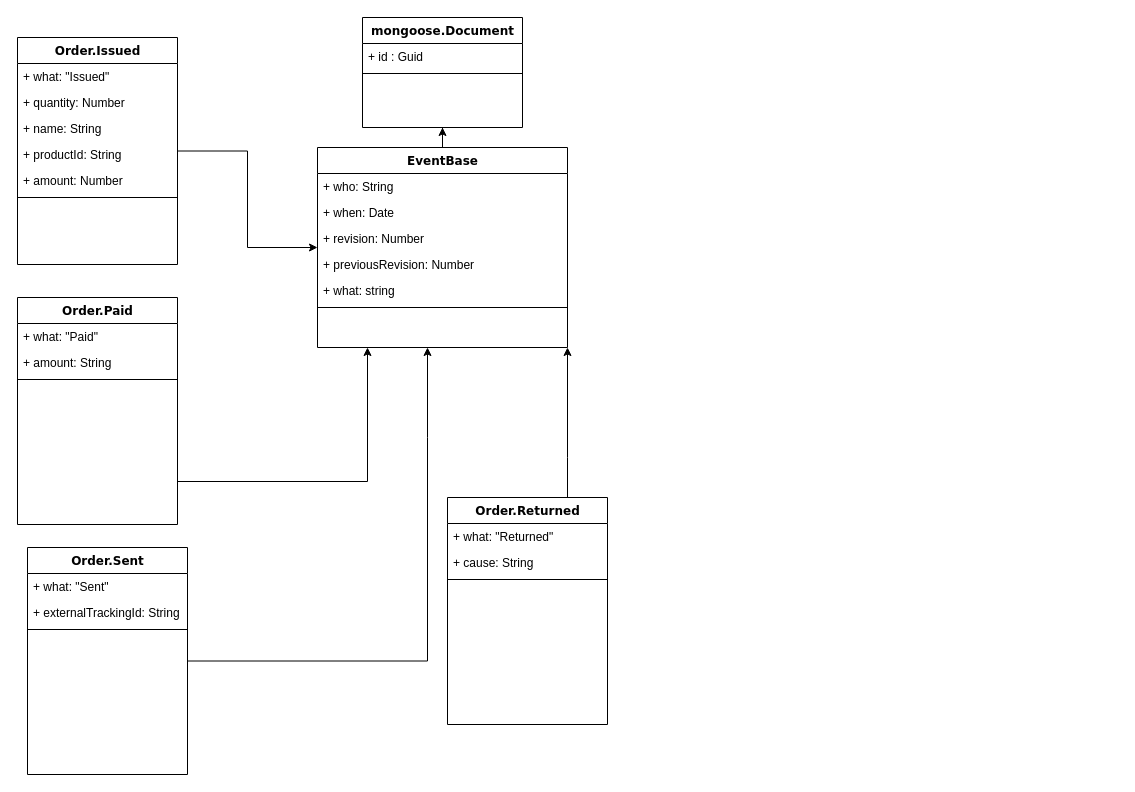
Above: docs/Untitled Diagram.drawio in pixellos/agh.6.sr.to_node_1 (draw.io), before the change. Source tidied: cells renumbered, new cells numbered last; positions are measured from the earlier drawing's top-left corner, leaving out a move shared by most shapes. Both pictures are drawn from the tidied source at 100%, with x=0, y=0 at pixel (17, 17).
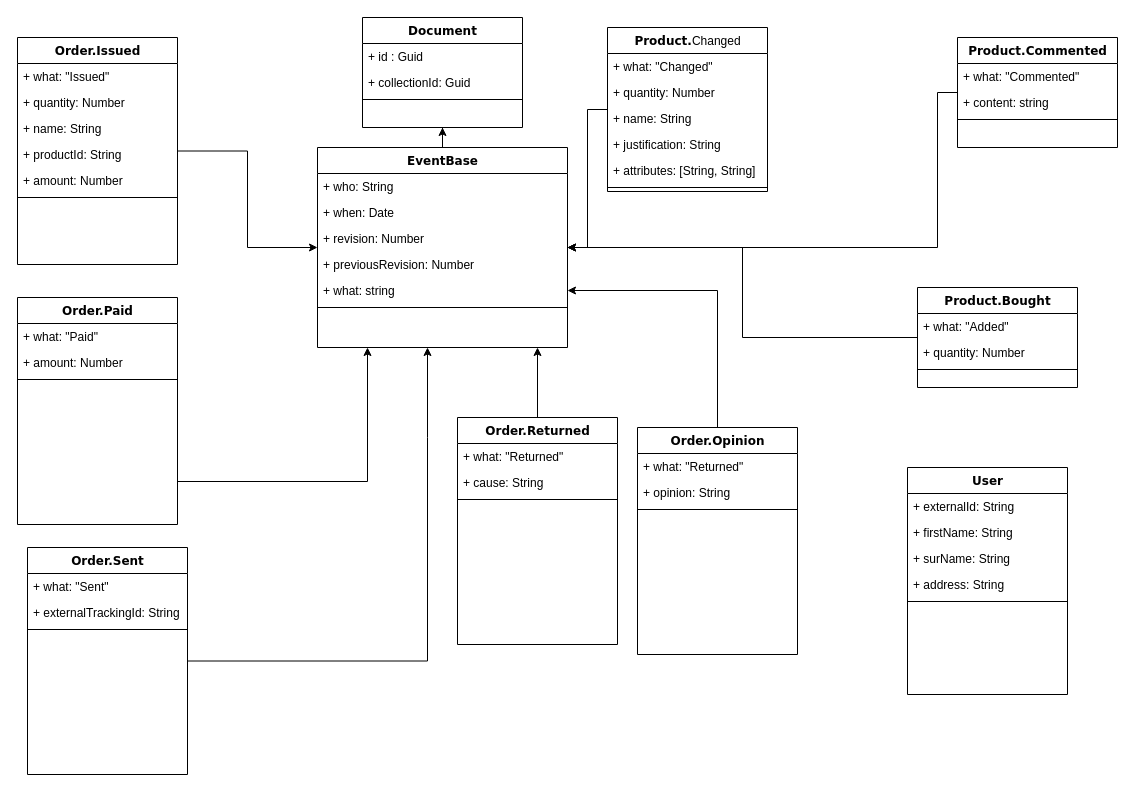
Above is the later version.

Unchanged cells that the change refers to:
```xml
<mxCell id="14" value="EventBase" style="swimlane;html=1;fontStyle=1;align=center;verticalAlign=top;horizontal=1;startSize=26;swimlaneFillColor=#ffffff;rounded=0;shadow=0;comic=0;labelBackgroundColor=none;strokeWidth=1;fillColor=none;fontFamily=Verdana;fontSize=12;" parent="1" vertex="1">
  <mxGeometry x="300" y="130" width="250" height="200" as="geometry" />
</mxCell>
<mxCell id="19" value="+ what: string" style="text;html=1;strokeColor=none;fillColor=none;align=left;verticalAlign=top;spacingLeft=4;spacingRight=4;whiteSpace=wrap;overflow=hidden;points=[[0,0.5],[1,0.5]];portConstraint=eastwest;" parent="14" vertex="1">
  <mxGeometry y="130" width="250" height="26" as="geometry" />
</mxCell>
<mxCell id="27" value="Order.Paid" style="swimlane;html=1;fontStyle=1;align=center;verticalAlign=top;horizontal=1;startSize=26;swimlaneFillColor=#ffffff;rounded=0;shadow=0;comic=0;labelBackgroundColor=none;strokeWidth=1;fillColor=none;fontFamily=Verdana;fontSize=12;" parent="1" vertex="1">
  <mxGeometry y="280" width="160" height="227" as="geometry" />
</mxCell>
```

The edit, as a diff of the source:
```diff
@@
-    <mxCell id="10" value="mongoose.Document" style="swimlane;html=1;fontStyle=1;align=center;verticalAlign=top;horizontal=1;startSize=26;swimlaneFillColor=#ffffff;rounded=0;shadow=0;comic=0;labelBackgroundColor=none;strokeWidth=1;fillColor=none;fontFamily=Verdana;fontSize=12;" parent="1" vertex="1">
+    <mxCell id="10" value="Document" style="swimlane;html=1;fontStyle=1;align=center;verticalAlign=top;horizontal=1;startSize=26;swimlaneFillColor=#ffffff;rounded=0;shadow=0;comic=0;labelBackgroundColor=none;strokeWidth=1;fillColor=none;fontFamily=Verdana;fontSize=12;" parent="1" vertex="1">
       <mxGeometry x="345" width="160" height="110" as="geometry" />
     </mxCell>
@@
+    <mxCell id="36" value="+ collectionId: Guid" style="text;html=1;strokeColor=none;fillColor=none;align=left;verticalAlign=top;spacingLeft=4;spacingRight=4;whiteSpace=wrap;overflow=hidden;" parent="10" vertex="1">
+      <mxGeometry y="52" width="160" height="26" as="geometry" />
+    </mxCell>
     <mxCell id="12" style="line;html=1;strokeWidth=1;fillColor=none;align=left;verticalAlign=middle;spacingTop=-1;spacingLeft=3;spacingRight=3;labelPosition=right;" parent="10" vertex="1">
-      <mxGeometry y="52" width="160" height="8" as="geometry" />
+      <mxGeometry y="78" width="160" height="8" as="geometry" />
     </mxCell>
@@
-    <mxCell id="29" value="+ amount: String" style="text;html=1;strokeColor=none;fillColor=none;align=left;verticalAlign=top;spacingLeft=4;spacingRight=4;whiteSpace=wrap;overflow=hidden;" parent="27" vertex="1">
+    <mxCell id="29" value="+ amount: Number" style="text;html=1;strokeColor=none;fillColor=none;align=left;verticalAlign=top;spacingLeft=4;spacingRight=4;whiteSpace=wrap;overflow=hidden;" parent="27" vertex="1">
       <mxGeometry y="52" width="160" height="26" as="geometry" />
     </mxCell>
@@
     <mxCell id="32" value="Order.Returned" style="swimlane;html=1;fontStyle=1;align=center;verticalAlign=top;horizontal=1;startSize=26;swimlaneFillColor=#ffffff;rounded=0;shadow=0;comic=0;labelBackgroundColor=none;strokeWidth=1;fillColor=none;fontFamily=Verdana;fontSize=12;" parent="1" vertex="1">
-      <mxGeometry x="430" y="480" width="160" height="227" as="geometry" />
+      <mxGeometry x="440" y="400" width="160" height="227" as="geometry" />
     </mxCell>
@@
+    <mxCell id="37" style="edgeStyle=orthogonalEdgeStyle;rounded=0;jettySize=auto;html=1;" parent="1" edge="1" source="38" target="14">
+      <mxGeometry relative="1" as="geometry" />
+    </mxCell>
+    <mxCell id="38" value="Product.&lt;span style=&quot;font-family: &amp;#34;helvetica&amp;#34; ; font-weight: 400 ; text-align: left&quot;&gt;Changed&lt;/span&gt;" style="swimlane;html=1;fontStyle=1;align=center;verticalAlign=top;horizontal=1;startSize=26;swimlaneFillColor=#ffffff;rounded=0;shadow=0;comic=0;labelBackgroundColor=none;strokeWidth=1;fillColor=none;fontFamily=Verdana;fontSize=12;" parent="1" vertex="1">
+      <mxGeometry x="590" y="10" width="160" height="164" as="geometry" />
+    </mxCell>
+    <mxCell id="39" value="+ what: &quot;Changed&quot;" style="text;html=1;strokeColor=none;fillColor=none;align=left;verticalAlign=top;spacingLeft=4;spacingRight=4;whiteSpace=wrap;overflow=hidden;" parent="38" vertex="1">
+      <mxGeometry y="26" width="160" height="26" as="geometry" />
+    </mxCell>
+    <mxCell id="40" value="+ quantity: Number" style="text;html=1;strokeColor=none;fillColor=none;align=left;verticalAlign=top;spacingLeft=4;spacingRight=4;whiteSpace=wrap;overflow=hidden;" parent="38" vertex="1">
+      <mxGeometry y="52" width="160" height="26" as="geometry" />
+    </mxCell>
+    <mxCell id="41" value="+ name: String" style="text;html=1;strokeColor=none;fillColor=none;align=left;verticalAlign=top;spacingLeft=4;spacingRight=4;whiteSpace=wrap;overflow=hidden;" parent="38" vertex="1">
+      <mxGeometry y="78" width="160" height="26" as="geometry" />
+    </mxCell>
+    <mxCell id="42" value="+ justification: String" style="text;html=1;strokeColor=none;fillColor=none;align=left;verticalAlign=top;spacingLeft=4;spacingRight=4;whiteSpace=wrap;overflow=hidden;" parent="38" vertex="1">
+      <mxGeometry y="104" width="160" height="26" as="geometry" />
+    </mxCell>
+    <mxCell id="43" value="+ attributes: [String, String]" style="text;html=1;strokeColor=none;fillColor=none;align=left;verticalAlign=top;spacingLeft=4;spacingRight=4;whiteSpace=wrap;overflow=hidden;" parent="38" vertex="1">
+      <mxGeometry y="130" width="160" height="26" as="geometry" />
+    </mxCell>
+    <mxCell id="44" style="line;html=1;strokeWidth=1;fillColor=none;align=left;verticalAlign=middle;spacingTop=-1;spacingLeft=3;spacingRight=3;labelPosition=right;" parent="38" vertex="1">
+      <mxGeometry y="156" width="160" height="8" as="geometry" />
+    </mxCell>
+    <mxCell id="45" style="edgeStyle=orthogonalEdgeStyle;rounded=0;jettySize=auto;html=1;" parent="1" edge="1" source="46" target="14">
+      <mxGeometry relative="1" as="geometry">
+        <Array as="points">
+          <mxPoint x="920" y="230" />
+        </Array>
+      </mxGeometry>
+    </mxCell>
+    <mxCell id="46" value="Product.Commented" style="swimlane;html=1;fontStyle=1;align=center;verticalAlign=top;horizontal=1;startSize=26;swimlaneFillColor=#ffffff;rounded=0;shadow=0;comic=0;labelBackgroundColor=none;strokeWidth=1;fillColor=none;fontFamily=Verdana;fontSize=12;" parent="1" vertex="1">
+      <mxGeometry x="940" y="20" width="160" height="110" as="geometry" />
+    </mxCell>
+    <mxCell id="47" value="+ what: &quot;Commented&quot;" style="text;html=1;strokeColor=none;fillColor=none;align=left;verticalAlign=top;spacingLeft=4;spacingRight=4;whiteSpace=wrap;overflow=hidden;" parent="46" vertex="1">
+      <mxGeometry y="26" width="160" height="26" as="geometry" />
+    </mxCell>
+    <mxCell id="48" value="+ content: string&lt;br&gt;" style="text;html=1;strokeColor=none;fillColor=none;align=left;verticalAlign=top;spacingLeft=4;spacingRight=4;whiteSpace=wrap;overflow=hidden;" parent="46" vertex="1">
+      <mxGeometry y="52" width="160" height="26" as="geometry" />
+    </mxCell>
+    <mxCell id="49" style="line;html=1;strokeWidth=1;fillColor=none;align=left;verticalAlign=middle;spacingTop=-1;spacingLeft=3;spacingRight=3;labelPosition=right;" parent="46" vertex="1">
+      <mxGeometry y="78" width="160" height="8" as="geometry" />
+    </mxCell>
+    <mxCell id="50" style="edgeStyle=orthogonalEdgeStyle;rounded=0;jettySize=auto;html=1;" parent="1" edge="1" source="51" target="14">
+      <mxGeometry relative="1" as="geometry" />
+    </mxCell>
+    <mxCell id="51" value="Product.Bought" style="swimlane;html=1;fontStyle=1;align=center;verticalAlign=top;horizontal=1;startSize=26;swimlaneFillColor=#ffffff;rounded=0;shadow=0;comic=0;labelBackgroundColor=none;strokeWidth=1;fillColor=none;fontFamily=Verdana;fontSize=12;" parent="1" vertex="1">
+      <mxGeometry x="900" y="270" width="160" height="100" as="geometry" />
+    </mxCell>
+    <mxCell id="52" value="+ what: &quot;Added&quot;" style="text;html=1;strokeColor=none;fillColor=none;align=left;verticalAlign=top;spacingLeft=4;spacingRight=4;whiteSpace=wrap;overflow=hidden;" parent="51" vertex="1">
+      <mxGeometry y="26" width="160" height="26" as="geometry" />
+    </mxCell>
+    <mxCell id="53" value="+ quantity: Number" style="text;html=1;strokeColor=none;fillColor=none;align=left;verticalAlign=top;spacingLeft=4;spacingRight=4;whiteSpace=wrap;overflow=hidden;" parent="51" vertex="1">
+      <mxGeometry y="52" width="160" height="26" as="geometry" />
+    </mxCell>
+    <mxCell id="54" style="line;html=1;strokeWidth=1;fillColor=none;align=left;verticalAlign=middle;spacingTop=-1;spacingLeft=3;spacingRight=3;labelPosition=right;" parent="51" vertex="1">
+      <mxGeometry y="78" width="160" height="8" as="geometry" />
+    </mxCell>
+    <mxCell id="55" value="User" style="swimlane;html=1;fontStyle=1;align=center;verticalAlign=top;horizontal=1;startSize=26;swimlaneFillColor=#ffffff;rounded=0;shadow=0;comic=0;labelBackgroundColor=none;strokeWidth=1;fillColor=none;fontFamily=Verdana;fontSize=12;" parent="1" vertex="1">
+      <mxGeometry x="890" y="450" width="160" height="227" as="geometry" />
+    </mxCell>
+    <mxCell id="56" value="+ externalId: String" style="text;html=1;strokeColor=none;fillColor=none;align=left;verticalAlign=top;spacingLeft=4;spacingRight=4;whiteSpace=wrap;overflow=hidden;" parent="55" vertex="1">
+      <mxGeometry y="26" width="160" height="26" as="geometry" />
+    </mxCell>
+    <mxCell id="57" value="+ firstName: String" style="text;html=1;strokeColor=none;fillColor=none;align=left;verticalAlign=top;spacingLeft=4;spacingRight=4;whiteSpace=wrap;overflow=hidden;" parent="55" vertex="1">
+      <mxGeometry y="52" width="160" height="26" as="geometry" />
+    </mxCell>
+    <mxCell id="58" value="+ surName: String" style="text;html=1;strokeColor=none;fillColor=none;align=left;verticalAlign=top;spacingLeft=4;spacingRight=4;whiteSpace=wrap;overflow=hidden;" parent="55" vertex="1">
+      <mxGeometry y="78" width="160" height="26" as="geometry" />
+    </mxCell>
+    <mxCell id="59" value="+ address: String" style="text;html=1;strokeColor=none;fillColor=none;align=left;verticalAlign=top;spacingLeft=4;spacingRight=4;whiteSpace=wrap;overflow=hidden;" parent="55" vertex="1">
+      <mxGeometry y="104" width="160" height="26" as="geometry" />
+    </mxCell>
+    <mxCell id="60" style="line;html=1;strokeWidth=1;fillColor=none;align=left;verticalAlign=middle;spacingTop=-1;spacingLeft=3;spacingRight=3;labelPosition=right;" parent="55" vertex="1">
+      <mxGeometry y="130" width="160" height="8" as="geometry" />
+    </mxCell>
+    <mxCell id="61" style="edgeStyle=orthogonalEdgeStyle;rounded=0;jettySize=auto;html=1;" parent="1" edge="1" source="62" target="19">
+      <mxGeometry relative="1" as="geometry" />
+    </mxCell>
+    <mxCell id="62" value="Order.Opinion" style="swimlane;html=1;fontStyle=1;align=center;verticalAlign=top;horizontal=1;startSize=26;swimlaneFillColor=#ffffff;rounded=0;shadow=0;comic=0;labelBackgroundColor=none;strokeWidth=1;fillColor=none;fontFamily=Verdana;fontSize=12;" parent="1" vertex="1">
+      <mxGeometry x="620" y="410" width="160" height="227" as="geometry" />
+    </mxCell>
+    <mxCell id="63" value="+ what: &quot;Returned&quot;" style="text;html=1;strokeColor=none;fillColor=none;align=left;verticalAlign=top;spacingLeft=4;spacingRight=4;whiteSpace=wrap;overflow=hidden;" parent="62" vertex="1">
+      <mxGeometry y="26" width="160" height="26" as="geometry" />
+    </mxCell>
+    <mxCell id="64" value="+ opinion: String" style="text;html=1;strokeColor=none;fillColor=none;align=left;verticalAlign=top;spacingLeft=4;spacingRight=4;whiteSpace=wrap;overflow=hidden;" parent="62" vertex="1">
+      <mxGeometry y="52" width="160" height="26" as="geometry" />
+    </mxCell>
+    <mxCell id="65" style="line;html=1;strokeWidth=1;fillColor=none;align=left;verticalAlign=middle;spacingTop=-1;spacingLeft=3;spacingRight=3;labelPosition=right;" parent="62" vertex="1">
+      <mxGeometry y="78" width="160" height="8" as="geometry" />
+    </mxCell>
```
